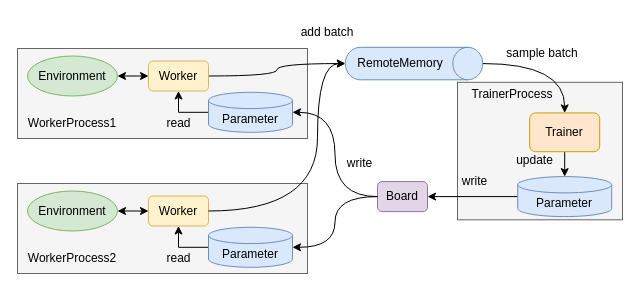
Before: page "distibute" (2 of 3) of diagrams/overview.drawio in pocokhc/simple_distributed_rl, a draw.io diagram. Source tidied: cells renumbered, new cells numbered last; positions are measured from the earlier drawing's top-left corner, leaving out a move shared by most shapes. Both pictures are drawn from the tidied source at 100%, with x=0, y=0 at pixel (17, -6).
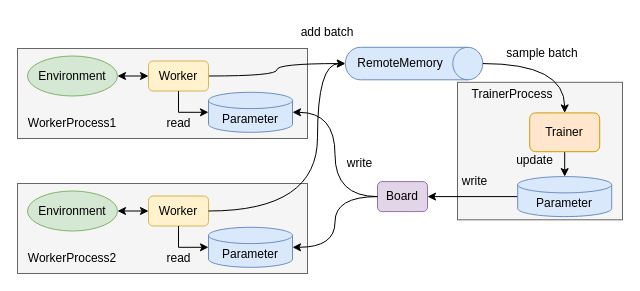
Above is the later version.

Unchanged cells that the change refers to:
```xml
<mxCell id="9" value="Worker" style="rounded=1;whiteSpace=wrap;html=1;fillColor=#fff2cc;strokeColor=#d6b656;" parent="1" vertex="1">
  <mxGeometry x="131" y="66.5" width="60" height="30" as="geometry" />
</mxCell>
<mxCell id="23" value="Parameter" style="shape=cylinder3;whiteSpace=wrap;html=1;boundedLbl=1;backgroundOutline=1;size=8.142857142857167;fillColor=#dae8fc;strokeColor=#6c8ebf;" parent="1" vertex="1">
  <mxGeometry x="191" y="97.8" width="84" height="40" as="geometry" />
</mxCell>
<mxCell id="27" value="Worker" style="rounded=1;whiteSpace=wrap;html=1;fillColor=#fff2cc;strokeColor=#d6b656;" parent="1" vertex="1">
  <mxGeometry x="131" y="201.5" width="60" height="30" as="geometry" />
</mxCell>
<mxCell id="31" value="Parameter" style="shape=cylinder3;whiteSpace=wrap;html=1;boundedLbl=1;backgroundOutline=1;size=8.142857142857167;fillColor=#dae8fc;strokeColor=#6c8ebf;" parent="1" vertex="1">
  <mxGeometry x="191" y="232.8" width="84" height="40" as="geometry" />
</mxCell>
```

Change to the diagram source:
```diff
@@
-    <mxCell id="22" style="edgeStyle=orthogonalEdgeStyle;rounded=0;jettySize=auto;html=1;exitX=0;exitY=0.5;exitDx=0;exitDy=0;exitPerimeter=0;entryX=0.5;entryY=1;entryDx=0;entryDy=0;startArrow=none;startFill=0;" parent="1" edge="1" source="23" target="9">
+    <mxCell id="22" style="edgeStyle=orthogonalEdgeStyle;rounded=0;jettySize=auto;html=1;exitX=0;exitY=0.5;exitDx=0;exitDy=0;exitPerimeter=0;entryX=0.5;entryY=1;entryDx=0;entryDy=0;startArrow=classic;startFill=1;endArrow=none;endFill=0;" parent="1" edge="1" source="23" target="9">
       <mxGeometry relative="1" as="geometry" />
     </mxCell>
@@
-    <mxCell id="30" style="edgeStyle=orthogonalEdgeStyle;rounded=0;jettySize=auto;html=1;exitX=0;exitY=0.5;exitDx=0;exitDy=0;exitPerimeter=0;entryX=0.5;entryY=1;entryDx=0;entryDy=0;startArrow=none;startFill=0;" parent="1" edge="1" source="31" target="27">
+    <mxCell id="30" style="edgeStyle=orthogonalEdgeStyle;rounded=0;jettySize=auto;html=1;exitX=0;exitY=0.5;exitDx=0;exitDy=0;exitPerimeter=0;entryX=0.5;entryY=1;entryDx=0;entryDy=0;startArrow=classic;startFill=1;endArrow=none;endFill=0;" parent="1" edge="1" source="31" target="27">
       <mxGeometry relative="1" as="geometry" />
     </mxCell>
```
